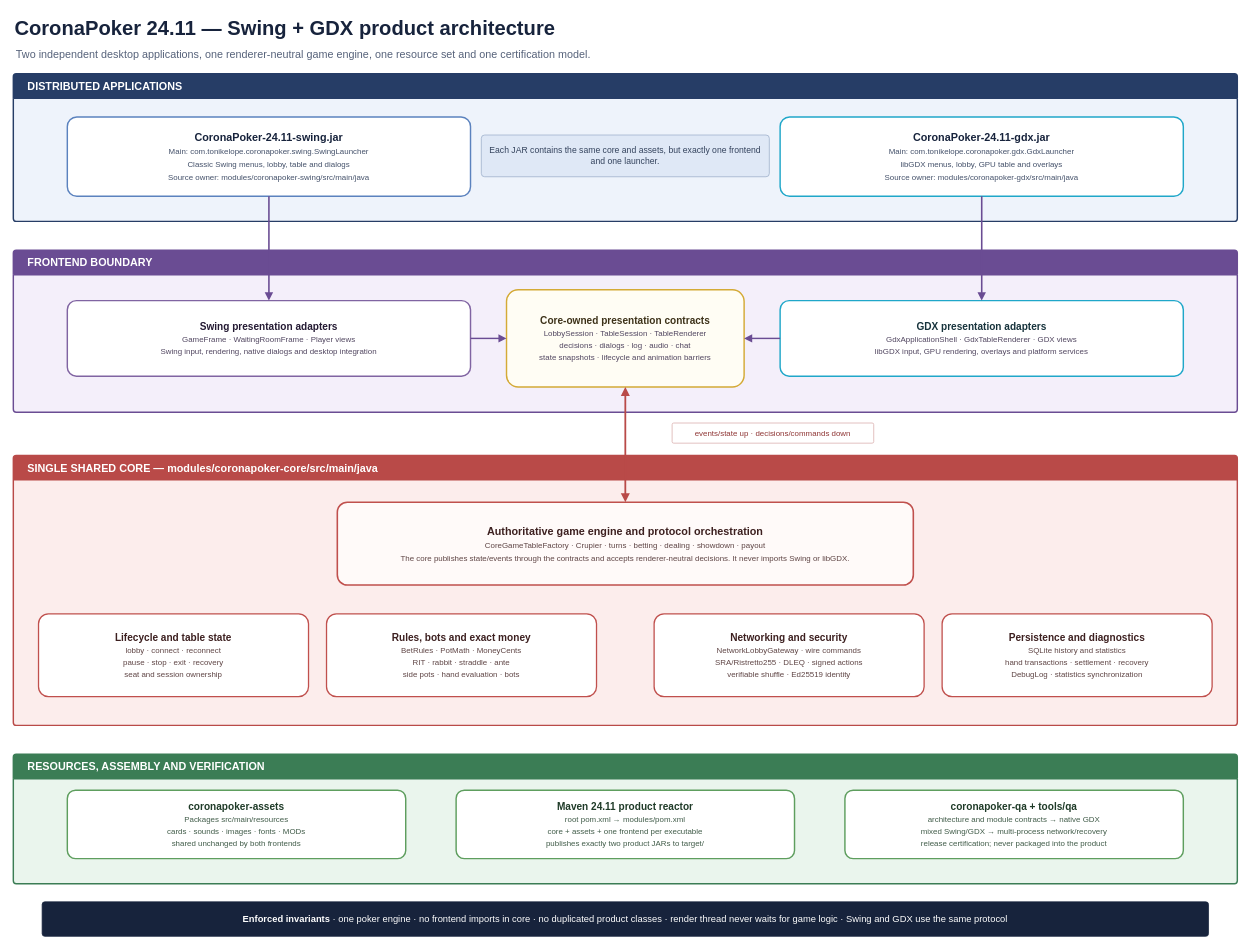
tonikelope/coronapoker keeps this draw.io diagram as docs/diagrams/coronapoker-module-map.drawio. Above is the earlier version. Source tidied: cells renumbered, new cells numbered last; positions are measured from the earlier drawing's top-left corner, leaving out a move shared by most shapes. Both pictures are drawn from the tidied source at 72%, with x=0, y=0 at pixel (13, 12).
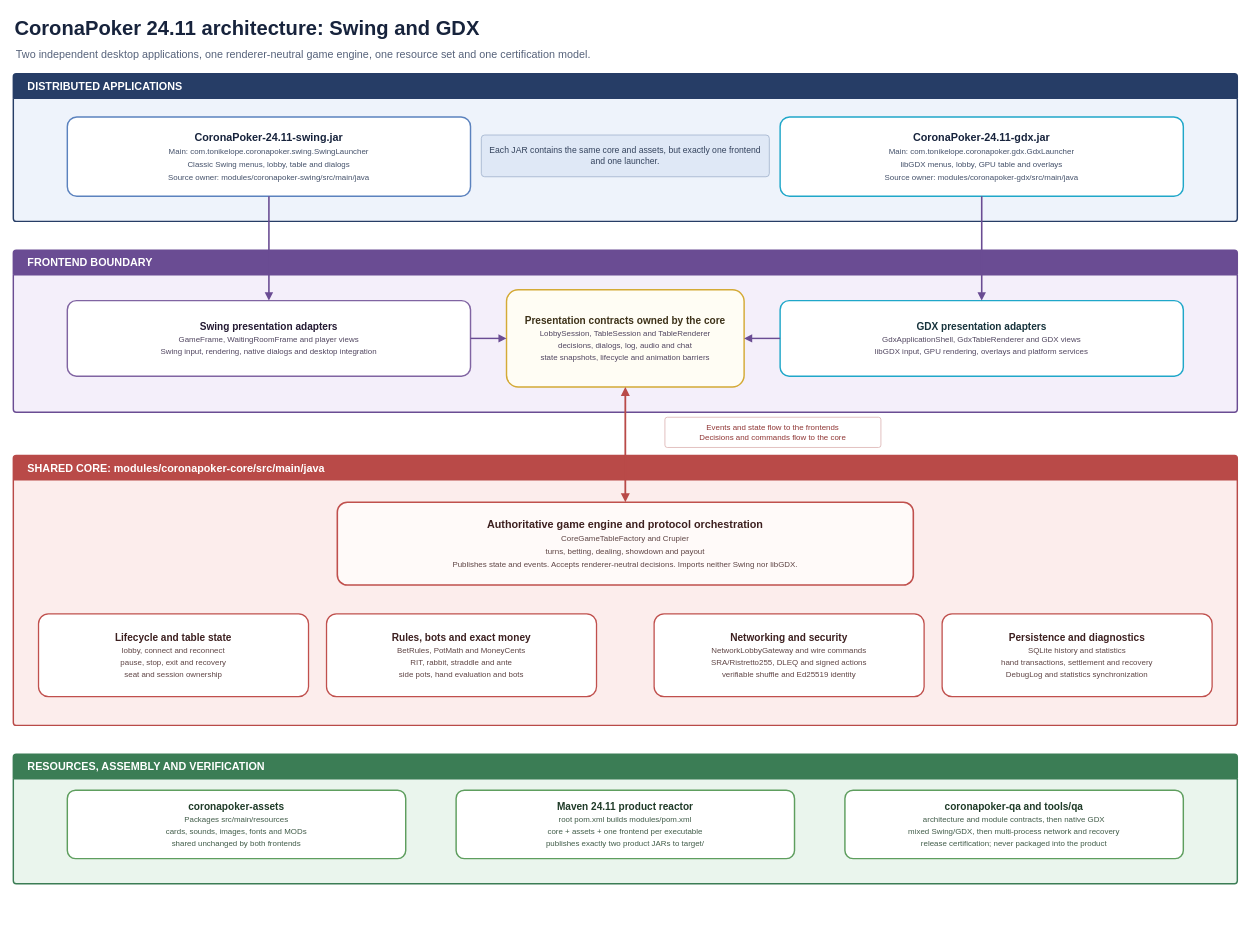
Above is the later version.

Commit message (it also covers changes not shown here):
docs: refine architecture and testing guidance

What changed in the source:
```diff
@@
-    <mxCell id="2" value="CoronaPoker 24.11 — Swing + GDX product architecture" style="text;html=1;fontSize=28;fontStyle=1;fontColor=#17233c;align=left;verticalAlign=middle;" parent="1" vertex="1">
+    <mxCell id="2" value="CoronaPoker 24.11 architecture: Swing and GDX" style="text;html=1;fontSize=28;fontStyle=1;fontColor=#17233c;align=left;verticalAlign=middle;" parent="1" vertex="1">
       <mxGeometry width="1350" height="42" as="geometry" />
     </mxCell>
@@
-    <mxCell id="9" value="&lt;b&gt;Swing presentation adapters&lt;/b&gt;&lt;br&gt;&lt;span style=&quot;font-size:11px;color:#514660&quot;&gt;GameFrame · WaitingRoomFrame · Player views&lt;br&gt;Swing input, rendering, native dialogs and desktop integration&lt;/span&gt;" style="rounded=1;arcSize=12;whiteSpace=wrap;html=1;fillColor=#ffffff;strokeColor=#8064a2;strokeWidth=2;fontColor=#241a33;fontSize=14;align=center;verticalAlign=middle;spacing=8;" parent="1" vertex="1">
+    <mxCell id="9" value="&lt;b&gt;Swing presentation adapters&lt;/b&gt;&lt;br&gt;&lt;span style=&quot;font-size:11px;color:#514660&quot;&gt;GameFrame, WaitingRoomFrame and player views&lt;br&gt;Swing input, rendering, native dialogs and desktop integration&lt;/span&gt;" style="rounded=1;arcSize=12;whiteSpace=wrap;html=1;fillColor=#ffffff;strokeColor=#8064a2;strokeWidth=2;fontColor=#241a33;fontSize=14;align=center;verticalAlign=middle;spacing=8;" parent="1" vertex="1">
       <mxGeometry x="75" y="400" width="560" height="105" as="geometry" />
     </mxCell>
-    <mxCell id="10" value="&lt;b&gt;Core-owned presentation contracts&lt;/b&gt;&lt;br&gt;&lt;span style=&quot;font-size:11px;color:#514660&quot;&gt;LobbySession · TableSession · TableRenderer&lt;br&gt;decisions · dialogs · log · audio · chat&lt;br&gt;state snapshots · lifecycle and animation barriers&lt;/span&gt;" style="rounded=1;arcSize=12;whiteSpace=wrap;html=1;fillColor=#fffdf4;strokeColor=#d4aa36;strokeWidth=2;fontColor=#3d3219;fontSize=14;align=center;verticalAlign=middle;spacing=7;" parent="1" vertex="1">
+    <mxCell id="10" value="&lt;b&gt;Presentation contracts owned by the core&lt;/b&gt;&lt;br&gt;&lt;span style=&quot;font-size:11px;color:#514660&quot;&gt;LobbySession, TableSession and TableRenderer&lt;br&gt;decisions, dialogs, log, audio and chat&lt;br&gt;state snapshots, lifecycle and animation barriers&lt;/span&gt;" style="rounded=1;arcSize=12;whiteSpace=wrap;html=1;fillColor=#fffdf4;strokeColor=#d4aa36;strokeWidth=2;fontColor=#3d3219;fontSize=14;align=center;verticalAlign=middle;spacing=7;" parent="1" vertex="1">
       <mxGeometry x="685" y="385" width="330" height="135" as="geometry" />
     </mxCell>
-    <mxCell id="11" value="&lt;b&gt;GDX presentation adapters&lt;/b&gt;&lt;br&gt;&lt;span style=&quot;font-size:11px;color:#514660&quot;&gt;GdxApplicationShell · GdxTableRenderer · GDX views&lt;br&gt;libGDX input, GPU rendering, overlays and platform services&lt;/span&gt;" style="rounded=1;arcSize=12;whiteSpace=wrap;html=1;fillColor=#ffffff;strokeColor=#20a7c9;strokeWidth=2;fontColor=#17333c;fontSize=14;align=center;verticalAlign=middle;spacing=8;" parent="1" vertex="1">
+    <mxCell id="11" value="&lt;b&gt;GDX presentation adapters&lt;/b&gt;&lt;br&gt;&lt;span style=&quot;font-size:11px;color:#514660&quot;&gt;GdxApplicationShell, GdxTableRenderer and GDX views&lt;br&gt;libGDX input, GPU rendering, overlays and platform services&lt;/span&gt;" style="rounded=1;arcSize=12;whiteSpace=wrap;html=1;fillColor=#ffffff;strokeColor=#20a7c9;strokeWidth=2;fontColor=#17333c;fontSize=14;align=center;verticalAlign=middle;spacing=8;" parent="1" vertex="1">
       <mxGeometry x="1065" y="400" width="560" height="105" as="geometry" />
     </mxCell>
-    <mxCell id="12" value="SINGLE SHARED CORE — modules/coronapoker-core/src/main/java" style="swimlane;rounded=1;arcSize=4;startSize=34;html=1;fillColor=#b94a48;swimlaneFillColor=#fcedec;strokeColor=#b94a48;strokeWidth=2;fontColor=#ffffff;fontStyle=1;fontSize=15;align=left;spacingLeft=18;" parent="1" vertex="1">
+    <mxCell id="12" value="SHARED CORE: modules/coronapoker-core/src/main/java" style="swimlane;rounded=1;arcSize=4;startSize=34;html=1;fillColor=#b94a48;swimlaneFillColor=#fcedec;strokeColor=#b94a48;strokeWidth=2;fontColor=#ffffff;fontStyle=1;fontSize=15;align=left;spacingLeft=18;" parent="1" vertex="1">
       <mxGeometry y="615" width="1700" height="375" as="geometry" />
     </mxCell>
-    <mxCell id="13" value="&lt;b&gt;Authoritative game engine and protocol orchestration&lt;/b&gt;&lt;br&gt;&lt;span style=&quot;font-size:11px;color:#5f4545&quot;&gt;CoreGameTableFactory · Crupier · turns · betting · dealing · showdown · payout&lt;br&gt;The core publishes state/events through the contracts and accepts renderer-neutral decisions. It never imports Swing or libGDX.&lt;/span&gt;" style="rounded=1;arcSize=12;whiteSpace=wrap;html=1;fillColor=#fffaf9;strokeColor=#c0504d;strokeWidth=2.2;fontColor=#3d2020;fontSize=15;align=center;verticalAlign=middle;spacing=9;" parent="1" vertex="1">
+    <mxCell id="13" value="&lt;b&gt;Authoritative game engine and protocol orchestration&lt;/b&gt;&lt;br&gt;&lt;span style=&quot;font-size:11px;color:#5f4545&quot;&gt;CoreGameTableFactory and Crupier&lt;br&gt;turns, betting, dealing, showdown and payout&lt;br&gt;Publishes state and events. Accepts renderer-neutral decisions. Imports neither Swing nor libGDX.&lt;/span&gt;" style="rounded=1;arcSize=12;whiteSpace=wrap;html=1;fillColor=#fffaf9;strokeColor=#c0504d;strokeWidth=2.2;fontColor=#3d2020;fontSize=15;align=center;verticalAlign=middle;spacing=9;" parent="1" vertex="1">
       <mxGeometry x="450" y="680" width="800" height="115" as="geometry" />
     </mxCell>
-    <mxCell id="14" value="&lt;b&gt;Lifecycle and table state&lt;/b&gt;&lt;br&gt;&lt;span style=&quot;font-size:11px;color:#5f4545&quot;&gt;lobby · connect · reconnect&lt;br&gt;pause · stop · exit · recovery&lt;br&gt;seat and session ownership&lt;/span&gt;" style="rounded=1;arcSize=12;whiteSpace=wrap;html=1;fillColor=#ffffff;strokeColor=#c0504d;strokeWidth=1.8;fontColor=#3d2020;fontSize=14;align=center;verticalAlign=middle;" parent="1" vertex="1">
+    <mxCell id="14" value="&lt;b&gt;Lifecycle and table state&lt;/b&gt;&lt;br&gt;&lt;span style=&quot;font-size:11px;color:#5f4545&quot;&gt;lobby, connect and reconnect&lt;br&gt;pause, stop, exit and recovery&lt;br&gt;seat and session ownership&lt;/span&gt;" style="rounded=1;arcSize=12;whiteSpace=wrap;html=1;fillColor=#ffffff;strokeColor=#c0504d;strokeWidth=1.8;fontColor=#3d2020;fontSize=14;align=center;verticalAlign=middle;" parent="1" vertex="1">
       <mxGeometry x="35" y="835" width="375" height="115" as="geometry" />
     </mxCell>
-    <mxCell id="15" value="&lt;b&gt;Rules, bots and exact money&lt;/b&gt;&lt;br&gt;&lt;span style=&quot;font-size:11px;color:#5f4545&quot;&gt;BetRules · PotMath · MoneyCents&lt;br&gt;RIT · rabbit · straddle · ante&lt;br&gt;side pots · hand evaluation · bots&lt;/span&gt;" style="rounded=1;arcSize=12;whiteSpace=wrap;html=1;fillColor=#ffffff;strokeColor=#c0504d;strokeWidth=1.8;fontColor=#3d2020;fontSize=14;align=center;verticalAlign=middle;" parent="1" vertex="1">
+    <mxCell id="15" value="&lt;b&gt;Rules, bots and exact money&lt;/b&gt;&lt;br&gt;&lt;span style=&quot;font-size:11px;color:#5f4545&quot;&gt;BetRules, PotMath and MoneyCents&lt;br&gt;RIT, rabbit, straddle and ante&lt;br&gt;side pots, hand evaluation and bots&lt;/span&gt;" style="rounded=1;arcSize=12;whiteSpace=wrap;html=1;fillColor=#ffffff;strokeColor=#c0504d;strokeWidth=1.8;fontColor=#3d2020;fontSize=14;align=center;verticalAlign=middle;" parent="1" vertex="1">
       <mxGeometry x="435" y="835" width="375" height="115" as="geometry" />
     </mxCell>
-    <mxCell id="16" value="&lt;b&gt;Networking and security&lt;/b&gt;&lt;br&gt;&lt;span style=&quot;font-size:11px;color:#5f4545&quot;&gt;NetworkLobbyGateway · wire commands&lt;br&gt;SRA/Ristretto255 · DLEQ · signed actions&lt;br&gt;verifiable shuffle · Ed25519 identity&lt;/span&gt;" style="rounded=1;arcSize=12;whiteSpace=wrap;html=1;fillColor=#ffffff;strokeColor=#c0504d;strokeWidth=1.8;fontColor=#3d2020;fontSize=14;align=center;verticalAlign=middle;" parent="1" vertex="1">
+    <mxCell id="16" value="&lt;b&gt;Networking and security&lt;/b&gt;&lt;br&gt;&lt;span style=&quot;font-size:11px;color:#5f4545&quot;&gt;NetworkLobbyGateway and wire commands&lt;br&gt;SRA/Ristretto255, DLEQ and signed actions&lt;br&gt;verifiable shuffle and Ed25519 identity&lt;/span&gt;" style="rounded=1;arcSize=12;whiteSpace=wrap;html=1;fillColor=#ffffff;strokeColor=#c0504d;strokeWidth=1.8;fontColor=#3d2020;fontSize=14;align=center;verticalAlign=middle;" parent="1" vertex="1">
       <mxGeometry x="890" y="835" width="375" height="115" as="geometry" />
     </mxCell>
-    <mxCell id="17" value="&lt;b&gt;Persistence and diagnostics&lt;/b&gt;&lt;br&gt;&lt;span style=&quot;font-size:11px;color:#5f4545&quot;&gt;SQLite history and statistics&lt;br&gt;hand transactions · settlement · recovery&lt;br&gt;DebugLog · statistics synchronization&lt;/span&gt;" style="rounded=1;arcSize=12;whiteSpace=wrap;html=1;fillColor=#ffffff;strokeColor=#c0504d;strokeWidth=1.8;fontColor=#3d2020;fontSize=14;align=center;verticalAlign=middle;" parent="1" vertex="1">
+    <mxCell id="17" value="&lt;b&gt;Persistence and diagnostics&lt;/b&gt;&lt;br&gt;&lt;span style=&quot;font-size:11px;color:#5f4545&quot;&gt;SQLite history and statistics&lt;br&gt;hand transactions, settlement and recovery&lt;br&gt;DebugLog and statistics synchronization&lt;/span&gt;" style="rounded=1;arcSize=12;whiteSpace=wrap;html=1;fillColor=#ffffff;strokeColor=#c0504d;strokeWidth=1.8;fontColor=#3d2020;fontSize=14;align=center;verticalAlign=middle;" parent="1" vertex="1">
       <mxGeometry x="1290" y="835" width="375" height="115" as="geometry" />
     </mxCell>
@@
-    <mxCell id="19" value="&lt;b&gt;coronapoker-assets&lt;/b&gt;&lt;br&gt;&lt;span style=&quot;font-size:11px;color:#415c49&quot;&gt;Packages src/main/resources&lt;br&gt;cards · sounds · images · fonts · MODs&lt;br&gt;shared unchanged by both frontends&lt;/span&gt;" style="rounded=1;arcSize=12;whiteSpace=wrap;html=1;fillColor=#ffffff;strokeColor=#5e9e5e;strokeWidth=2;fontColor=#1f3b28;fontSize=14;align=center;verticalAlign=middle;spacing=6;" parent="1" vertex="1">
+    <mxCell id="19" value="&lt;b&gt;coronapoker-assets&lt;/b&gt;&lt;br&gt;&lt;span style=&quot;font-size:11px;color:#415c49&quot;&gt;Packages src/main/resources&lt;br&gt;cards, sounds, images, fonts and MODs&lt;br&gt;shared unchanged by both frontends&lt;/span&gt;" style="rounded=1;arcSize=12;whiteSpace=wrap;html=1;fillColor=#ffffff;strokeColor=#5e9e5e;strokeWidth=2;fontColor=#1f3b28;fontSize=14;align=center;verticalAlign=middle;spacing=6;" parent="1" vertex="1">
       <mxGeometry x="75" y="1080" width="470" height="95" as="geometry" />
     </mxCell>
-    <mxCell id="20" value="&lt;b&gt;Maven 24.11 product reactor&lt;/b&gt;&lt;br&gt;&lt;span style=&quot;font-size:11px;color:#415c49&quot;&gt;root pom.xml → modules/pom.xml&lt;br&gt;core + assets + one frontend per executable&lt;br&gt;publishes exactly two product JARs to target/&lt;/span&gt;" style="rounded=1;arcSize=12;whiteSpace=wrap;html=1;fillColor=#ffffff;strokeColor=#5e9e5e;strokeWidth=2;fontColor=#1f3b28;fontSize=14;align=center;verticalAlign=middle;spacing=6;" parent="1" vertex="1">
+    <mxCell id="20" value="&lt;b&gt;Maven 24.11 product reactor&lt;/b&gt;&lt;br&gt;&lt;span style=&quot;font-size:11px;color:#415c49&quot;&gt;root pom.xml builds modules/pom.xml&lt;br&gt;core + assets + one frontend per executable&lt;br&gt;publishes exactly two product JARs to target/&lt;/span&gt;" style="rounded=1;arcSize=12;whiteSpace=wrap;html=1;fillColor=#ffffff;strokeColor=#5e9e5e;strokeWidth=2;fontColor=#1f3b28;fontSize=14;align=center;verticalAlign=middle;spacing=6;" parent="1" vertex="1">
       <mxGeometry x="615" y="1080" width="470" height="95" as="geometry" />
     </mxCell>
-    <mxCell id="21" value="&lt;b&gt;coronapoker-qa + tools/qa&lt;/b&gt;&lt;br&gt;&lt;span style=&quot;font-size:11px;color:#415c49&quot;&gt;architecture and module contracts → native GDX&lt;br&gt;mixed Swing/GDX → multi-process network/recovery&lt;br&gt;release certification; never packaged into the product&lt;/span&gt;" style="rounded=1;arcSize=12;whiteSpace=wrap;html=1;fillColor=#ffffff;strokeColor=#5e9e5e;strokeWidth=2;fontColor=#1f3b28;fontSize=14;align=center;verticalAlign=middle;spacing=6;" parent="1" vertex="1">
+    <mxCell id="21" value="&lt;b&gt;coronapoker-qa and tools/qa&lt;/b&gt;&lt;br&gt;&lt;span style=&quot;font-size:11px;color:#415c49&quot;&gt;architecture and module contracts, then native GDX&lt;br&gt;mixed Swing/GDX, then multi-process network and recovery&lt;br&gt;release certification; never packaged into the product&lt;/span&gt;" style="rounded=1;arcSize=12;whiteSpace=wrap;html=1;fillColor=#ffffff;strokeColor=#5e9e5e;strokeWidth=2;fontColor=#1f3b28;fontSize=14;align=center;verticalAlign=middle;spacing=6;" parent="1" vertex="1">
       <mxGeometry x="1155" y="1080" width="470" height="95" as="geometry" />
     </mxCell>
-    <mxCell id="22" value="&lt;b&gt;Enforced invariants&lt;/b&gt;  ·  one poker engine  ·  no frontend imports in core  ·  no duplicated product classes  ·  render thread never waits for game logic  ·  Swing and GDX use the same protocol" style="rounded=1;arcSize=8;whiteSpace=wrap;html=1;fillColor=#17233c;strokeColor=#17233c;fontColor=#ffffff;fontSize=13;align=center;verticalAlign=middle;spacingLeft=12;spacingRight=12;" parent="1" vertex="1">
-      <mxGeometry x="40" y="1235" width="1620" height="48" as="geometry" />
-    </mxCell>
@@
-    <mxCell id="27" value="events/state up · decisions/commands down" style="rounded=1;arcSize=8;whiteSpace=wrap;html=1;fillColor=#ffffff;strokeColor=#d7a9a8;fontColor=#8f3635;fontSize=11;align=center;verticalAlign=middle;" parent="1" vertex="1">
-      <mxGeometry x="915" y="570" width="280" height="28" as="geometry" />
+    <mxCell id="27" value="Events and state flow to the frontends&lt;br&gt;Decisions and commands flow to the core" style="rounded=1;arcSize=8;whiteSpace=wrap;html=1;fillColor=#ffffff;strokeColor=#d7a9a8;fontColor=#8f3635;fontSize=11;align=center;verticalAlign=middle;" parent="1" vertex="1">
+      <mxGeometry x="905" y="562" width="300" height="42" as="geometry" />
     </mxCell>
```
